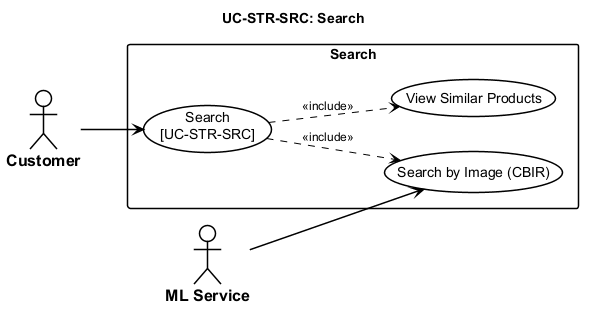
Before: thesis/figures/chapters/part2/ch2-design/02-use-cases/diagrams/P2S2.2.2_usecase-search.png, a diagram exported from PlantUML (qingfa-dev/ReSys.Shop).
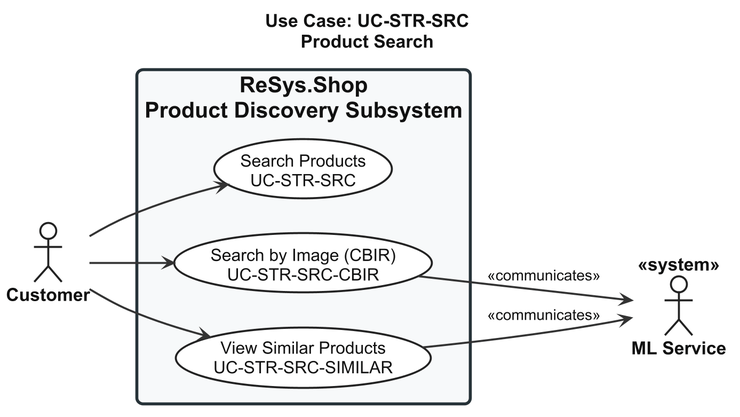
Later version of the same file.

Diff of the diagram source:
```diff
@@ -1,53 +1,81 @@
 @startuml usecase-search
+
 left to right direction
 
+skinparam shadowing false
+skinparam dpi 180
+
 <style>
-  root {
-    FontName "Arial"
-    FontSize 14
-    Shadowing 0
-  }
-  actor {
-    BackGroundColor #FFFFFF
-    LineColor #000000
-    LineThickness 1.5
-    FontColor #000000
-    FontStyle bold
-    FontSize 16
-  }
-  usecase {
-    BackGroundColor #FFFFFF
-    LineColor #000000
-    LineThickness 1.5
-    FontColor #000000
-  }
-  rectangle {
-    BackGroundColor #FFFFFF
-    LineColor #000000
-    LineThickness 1.5
-    FontStyle bold
-  }
-  arrow {
-    LineColor #000000
-    LineThickness 1.5
-    FontSize 12
-  }
-</style>
-title UC-STR-SRC: Search
 
-actor "Customer" as Cust
-actor "ML Service" as ML
-
-rectangle "Search" {
-  usecase "Search\n[UC-STR-SRC]" as UC_MAIN
-  usecase "Search by Image (CBIR)" as UC_CBIR
-  usecase "View Similar Products" as UC_SIMILAR
-
-  UC_MAIN ..> UC_CBIR : <<include>>
-  UC_MAIN ..> UC_SIMILAR : <<include>>
+root {
+  FontName "Arial"
+  FontSize 18
+  FontColor #111111
 }
 
-Cust --> UC_MAIN
-ML --> UC_CBIR
+actor {
+  FontName "Arial"
+  FontSize 18
+  FontStyle bold
+  FontColor #111111
+  BackgroundColor #FFFFFF
+  LineColor #222222
+  LineThickness 2
+}
+
+usecase {
+  FontName "Arial"
+  FontSize 17
+  FontColor #111111
+  FontStyle plain
+  BackgroundColor #FFFFFF
+  LineColor #222222
+  LineThickness 2
+  Padding 18
+}
+
+rectangle {
+  FontName "Arial"
+  FontSize 22
+  FontStyle bold
+  FontColor #111111
+  BackgroundColor #F7F9FA
+  LineColor #263238
+  LineThickness 3
+  RoundCorner 12
+  Padding 30
+}
+
+arrow {
+  FontName "Arial"
+  FontSize 15
+  FontColor #111111
+  LineColor #333333
+  LineThickness 2
+}
+
+</style>
+
+title Use Case: UC-STR-SRC\nProduct Search
+
+actor "Customer" as Customer
+actor "ML Service" as ML <<system>>
+
+rectangle "ReSys.Shop\nProduct Discovery Subsystem" {
+
+  usecase "Search Products\nUC-STR-SRC" as UC_SEARCH
+
+  usecase "Search by Image (CBIR)\nUC-STR-SRC-CBIR" as UC_CBIR
+
+  usecase "View Similar Products\nUC-STR-SRC-SIMILAR" as UC_SIMILAR
+
+}
+
+Customer --> UC_SEARCH
+Customer --> UC_CBIR
+Customer --> UC_SIMILAR
+
+UC_CBIR --> ML : <<communicates>>
+UC_SIMILAR --> ML : <<communicates>>
 
 @enduml
```
